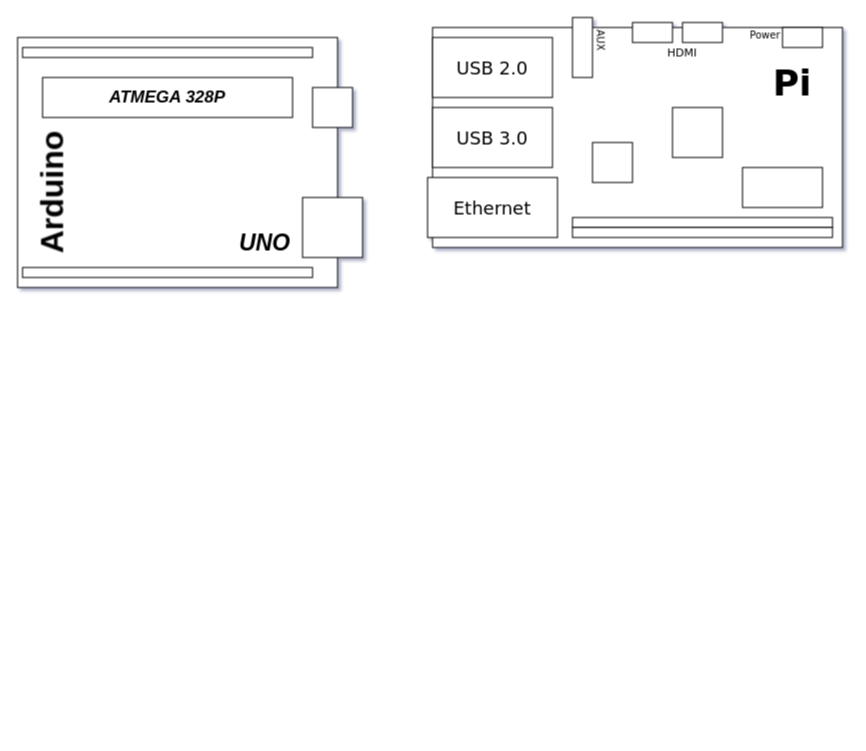
Earlier version of the draw.io diagram Untitled Diagram.drawio (CODERACHITYA/app.diagrams.net). Source tidied: cells renumbered, new cells numbered last; positions are measured from the earlier drawing's top-left corner, leaving out a move shared by most shapes. Both pictures are drawn from the tidied source at 100%, with x=0, y=0 at pixel (17, 17).
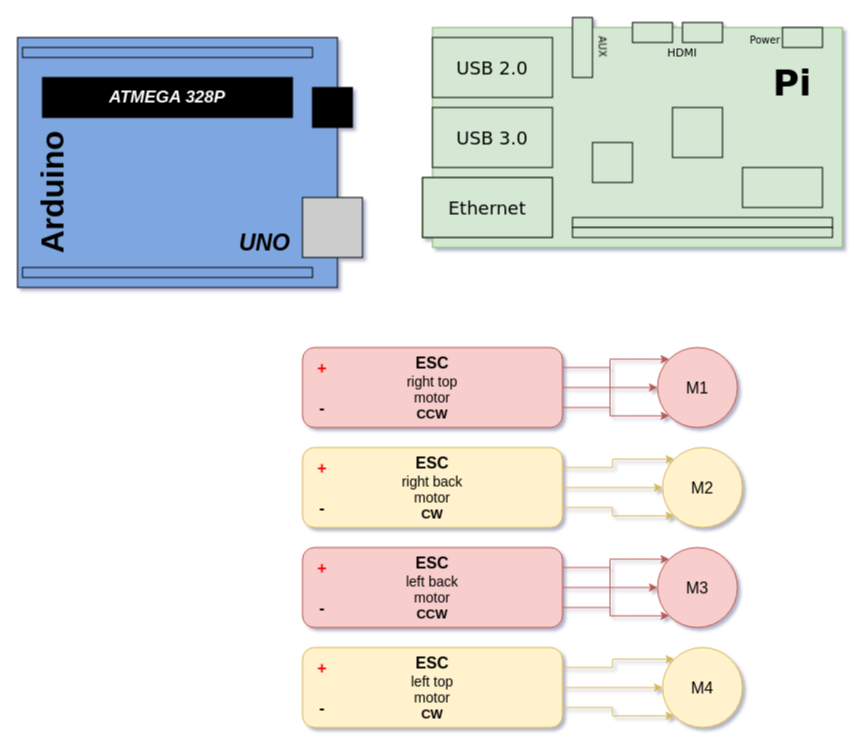
Above is the later version.

The edit, as a diff of the source:
```diff
@@
-    <mxCell id="2" style="rounded=0;whiteSpace=wrap;html=1;" parent="1" vertex="1">
+    <mxCell id="2" style="rounded=0;whiteSpace=wrap;html=1;fillColor=#7EA6E0;" parent="1" vertex="1">
       <mxGeometry y="20" width="320" height="250" as="geometry" />
     </mxCell>
-    <mxCell id="3" style="whiteSpace=wrap;html=1;" parent="1" vertex="1">
+    <mxCell id="3" style="whiteSpace=wrap;html=1;fillColor=#CCCCCC;" parent="1" vertex="1">
       <mxGeometry x="285" y="180" width="60" height="60" as="geometry" />
     </mxCell>
-    <mxCell id="4" value="ATMEGA 328P" style="rounded=0;whiteSpace=wrap;html=1;fontStyle=3;fontSize=17;" parent="1" vertex="1">
+    <mxCell id="4" value="&lt;font color=&quot;#ffffff&quot;&gt;ATMEGA 328P&lt;/font&gt;" style="rounded=0;whiteSpace=wrap;html=1;fontStyle=3;fontSize=17;fillColor=#000000;" parent="1" vertex="1">
       <mxGeometry x="25" y="60" width="250" height="40" as="geometry" />
     </mxCell>
-    <mxCell id="5" style="rounded=0;whiteSpace=wrap;html=1;fontSize=17;" parent="1" vertex="1">
+    <mxCell id="5" style="rounded=0;whiteSpace=wrap;html=1;fontSize=17;fillColor=#000000;" parent="1" vertex="1">
       <mxGeometry x="295" y="70" width="40" height="40" as="geometry" />
     </mxCell>
-    <mxCell id="6" style="rounded=0;whiteSpace=wrap;html=1;fontSize=17;" parent="1" vertex="1">
+    <mxCell id="6" style="rounded=0;whiteSpace=wrap;html=1;fontSize=17;fillColor=#7EA6E0;" parent="1" vertex="1">
       <mxGeometry x="5" y="250" width="290" height="10" as="geometry" />
     </mxCell>
-    <mxCell id="7" style="rounded=0;whiteSpace=wrap;html=1;fontSize=17;" parent="1" vertex="1">
+    <mxCell id="7" style="rounded=0;whiteSpace=wrap;html=1;fontSize=17;fillColor=#7EA6E0;" parent="1" vertex="1">
       <mxGeometry x="5" y="30" width="290" height="10" as="geometry" />
     </mxCell>
-    <mxCell id="8" value="Arduino" style="text;html=1;strokeColor=none;fillColor=none;align=center;verticalAlign=middle;whiteSpace=wrap;rounded=0;fontSize=32;rotation=-90;fontStyle=1;" parent="1" vertex="1">
+    <mxCell id="8" value="Arduino" style="text;html=1;strokeColor=none;fillColor=#7EA6E0;align=center;verticalAlign=middle;whiteSpace=wrap;rounded=0;fontSize=32;rotation=-90;fontStyle=1;" parent="1" vertex="1">
       <mxGeometry x="5" y="160" width="60" height="30" as="geometry" />
     </mxCell>
-    <mxCell id="9" value="UNO" style="text;html=1;strokeColor=none;fillColor=none;align=right;verticalAlign=middle;whiteSpace=wrap;rounded=0;fontSize=23;fontStyle=3;" parent="1" vertex="1">
+    <mxCell id="9" value="UNO" style="text;html=1;strokeColor=none;fillColor=#7EA6E0;align=right;verticalAlign=middle;whiteSpace=wrap;rounded=0;fontSize=23;fontStyle=3;" parent="1" vertex="1">
       <mxGeometry x="155" y="210" width="120" height="30" as="geometry" />
     </mxCell>
-    <mxCell id="10" style="rounded=0;whiteSpace=wrap;html=1;fontSize=13;" parent="1" vertex="1">
+    <mxCell id="10" style="rounded=0;whiteSpace=wrap;html=1;fontSize=13;fillColor=#d5e8d4;strokeColor=#82b366;" parent="1" vertex="1">
       <mxGeometry x="415" y="10" width="410" height="220" as="geometry" />
     </mxCell>
-    <mxCell id="11" style="rounded=0;whiteSpace=wrap;html=1;fontSize=13;" parent="1" vertex="1">
+    <mxCell id="11" style="rounded=0;whiteSpace=wrap;html=1;fontSize=13;fillColor=#d5e8d4;strokeColor=#000000;" parent="1" vertex="1">
       <mxGeometry x="765" y="10" width="40" height="20" as="geometry" />
     </mxCell>
-    <mxCell id="12" style="rounded=0;whiteSpace=wrap;html=1;fontSize=13;" parent="1" vertex="1">
+    <mxCell id="12" style="rounded=0;whiteSpace=wrap;html=1;fontSize=13;fillColor=#d5e8d4;strokeColor=#000000;" parent="1" vertex="1">
       <mxGeometry x="665" y="5" width="40" height="20" as="geometry" />
     </mxCell>
-    <mxCell id="13" style="rounded=0;whiteSpace=wrap;html=1;fontSize=13;" parent="1" vertex="1">
+    <mxCell id="13" style="rounded=0;whiteSpace=wrap;html=1;fontSize=13;fillColor=#d5e8d4;strokeColor=#000000;" parent="1" vertex="1">
       <mxGeometry x="615" y="5" width="40" height="20" as="geometry" />
     </mxCell>
-    <mxCell id="14" style="rounded=0;whiteSpace=wrap;html=1;fontSize=13;" parent="1" vertex="1">
+    <mxCell id="14" style="rounded=0;whiteSpace=wrap;html=1;fontSize=13;strokeColor=#000000;fillColor=#d5e8d4;" parent="1" vertex="1">
       <mxGeometry x="555" width="20" height="60" as="geometry" />
     </mxCell>
-    <mxCell id="15" style="rounded=0;whiteSpace=wrap;html=1;fontSize=13;" parent="1" vertex="1">
+    <mxCell id="15" style="rounded=0;whiteSpace=wrap;html=1;fontSize=13;fillColor=#d5e8d4;strokeColor=#000000;" parent="1" vertex="1">
       <mxGeometry x="415" y="20" width="120" height="60" as="geometry" />
     </mxCell>
-    <mxCell id="16" style="rounded=0;whiteSpace=wrap;html=1;fontSize=13;" parent="1" vertex="1">
+    <mxCell id="16" style="rounded=0;whiteSpace=wrap;html=1;fontSize=13;fillColor=#d5e8d4;strokeColor=#000000;" parent="1" vertex="1">
       <mxGeometry x="415" y="90" width="120" height="60" as="geometry" />
     </mxCell>
-    <mxCell id="17" style="rounded=0;whiteSpace=wrap;html=1;fontSize=13;" parent="1" vertex="1">
-      <mxGeometry x="410" y="160" width="130" height="60" as="geometry" />
+    <mxCell id="17" style="rounded=0;whiteSpace=wrap;html=1;fontSize=13;fillColor=#d5e8d4;strokeColor=#82b366;" parent="1" vertex="1">
+      <mxGeometry x="405" y="160" width="130" height="60" as="geometry" />
     </mxCell>
-    <mxCell id="18" style="whiteSpace=wrap;html=1;fontSize=30;" parent="1" vertex="1">
+    <mxCell id="18" style="whiteSpace=wrap;html=1;fontSize=30;fillColor=#d5e8d4;strokeColor=#000000;" parent="1" vertex="1">
       <mxGeometry x="655" y="90" width="50" height="50" as="geometry" />
     </mxCell>
-    <mxCell id="19" style="rounded=0;whiteSpace=wrap;html=1;fontSize=30;" parent="1" vertex="1">
+    <mxCell id="19" style="rounded=0;whiteSpace=wrap;html=1;fontSize=30;fillColor=#d5e8d4;strokeColor=#000000;" parent="1" vertex="1">
       <mxGeometry x="725" y="150" width="80" height="40" as="geometry" />
     </mxCell>
-    <mxCell id="20" style="whiteSpace=wrap;html=1;fontSize=30;" parent="1" vertex="1">
+    <mxCell id="20" style="whiteSpace=wrap;html=1;fontSize=30;fillColor=#d5e8d4;strokeColor=#000000;" parent="1" vertex="1">
       <mxGeometry x="575" y="125" width="40" height="40" as="geometry" />
     </mxCell>
@@
-    <mxCell id="24" value="Ethernet" style="text;html=1;strokeColor=none;fillColor=none;align=center;verticalAlign=middle;whiteSpace=wrap;rounded=0;fontFamily=Verdana;fontSize=18;" parent="1" vertex="1">
-      <mxGeometry x="410" y="160" width="130" height="60" as="geometry" />
+    <mxCell id="24" value="Ethernet" style="text;html=1;strokeColor=default;fillColor=none;align=center;verticalAlign=middle;whiteSpace=wrap;rounded=0;fontFamily=Verdana;fontSize=18;" parent="1" vertex="1">
+      <mxGeometry x="405" y="160" width="130" height="60" as="geometry" />
     </mxCell>
     <mxCell id="25" value="AUX" style="text;html=1;strokeColor=none;fillColor=none;align=left;verticalAlign=bottom;whiteSpace=wrap;rounded=0;fontFamily=Verdana;fontSize=10;rotation=89;" parent="1" vertex="1">
-      <mxGeometry x="555" y="30" width="60" height="20" as="geometry" />
+      <mxGeometry x="573.4" y="20.2" width="40" height="32.7" as="geometry" />
     </mxCell>
@@
     <mxCell id="27" value="Power" style="text;html=1;strokeColor=none;fillColor=none;align=right;verticalAlign=top;whiteSpace=wrap;rounded=0;fontFamily=Verdana;fontSize=10;" parent="1" vertex="1">
-      <mxGeometry x="705" y="5" width="60" height="30" as="geometry" />
+      <mxGeometry x="715" y="10" width="50" height="25" as="geometry" />
     </mxCell>
-    <mxCell id="28" style="rounded=0;whiteSpace=wrap;html=1;fontFamily=Verdana;fontSize=10;" parent="1" vertex="1">
+    <mxCell id="28" style="rounded=0;whiteSpace=wrap;html=1;fontFamily=Verdana;fontSize=10;fillColor=#d5e8d4;strokeColor=#000000;" parent="1" vertex="1">
       <mxGeometry x="555" y="200" width="260" height="10" as="geometry" />
     </mxCell>
-    <mxCell id="29" style="rounded=0;whiteSpace=wrap;html=1;fontFamily=Verdana;fontSize=10;" parent="1" vertex="1">
+    <mxCell id="29" style="rounded=0;whiteSpace=wrap;html=1;fontFamily=Verdana;fontSize=10;fillColor=#d5e8d4;strokeColor=#000000;" parent="1" vertex="1">
       <mxGeometry x="555" y="210" width="260" height="10" as="geometry" />
     </mxCell>
+    <mxCell id="30" style="edgeStyle=orthogonalEdgeStyle;rounded=0;jettySize=auto;html=1;exitX=1;exitY=0.5;exitDx=0;exitDy=0;fontFamily=Helvetica;fontSize=16;fillColor=#f8cecc;strokeColor=#b85450;" parent="1" edge="1" source="33" target="34">
+      <mxGeometry relative="1" as="geometry" />
+    </mxCell>
+    <mxCell id="31" style="edgeStyle=orthogonalEdgeStyle;rounded=0;jettySize=auto;html=1;exitX=1;exitY=0.75;exitDx=0;exitDy=0;entryX=0;entryY=0;entryDx=0;entryDy=0;fontFamily=Helvetica;fontSize=16;fillColor=#f8cecc;strokeColor=#b85450;" parent="1" edge="1" source="33" target="34">
+      <mxGeometry relative="1" as="geometry" />
+    </mxCell>
+    <mxCell id="32" style="edgeStyle=orthogonalEdgeStyle;rounded=0;jettySize=auto;html=1;exitX=1;exitY=0.25;exitDx=0;exitDy=0;entryX=0;entryY=1;entryDx=0;entryDy=0;fontFamily=Helvetica;fontSize=16;fillColor=#f8cecc;strokeColor=#b85450;" parent="1" edge="1" source="33" target="34">
+      <mxGeometry relative="1" as="geometry" />
+    </mxCell>
+    <mxCell id="33" value="&lt;font style=&quot;font-size: 16px;&quot;&gt;ESC&lt;/font&gt;&lt;br&gt;&lt;font style=&quot;font-size: 14px; font-weight: normal;&quot;&gt;right top&lt;br&gt;motor&lt;br&gt;&lt;/font&gt;CCW" style="rounded=1;whiteSpace=wrap;html=1;fontFamily=Helvetica;fontSize=13;fontStyle=1;fillColor=#f8cecc;strokeColor=#b85450;" parent="1" vertex="1">
+      <mxGeometry x="285" y="330" width="260" height="80" as="geometry" />
+    </mxCell>
+    <mxCell id="34" value="M1" style="ellipse;whiteSpace=wrap;html=1;fontFamily=Helvetica;fontSize=16;fillColor=#f8cecc;strokeColor=#b85450;" parent="1" vertex="1">
+      <mxGeometry x="640" y="330" width="80" height="80" as="geometry" />
+    </mxCell>
+    <mxCell id="35" style="edgeStyle=orthogonalEdgeStyle;rounded=0;jettySize=auto;html=1;exitX=1;exitY=0.5;exitDx=0;exitDy=0;fontFamily=Helvetica;fontSize=16;fillColor=#fff2cc;strokeColor=#d6b656;" parent="1" edge="1" source="38" target="39">
+      <mxGeometry relative="1" as="geometry" />
+    </mxCell>
+    <mxCell id="36" style="edgeStyle=orthogonalEdgeStyle;rounded=0;jettySize=auto;html=1;exitX=1;exitY=0.75;exitDx=0;exitDy=0;entryX=0;entryY=1;entryDx=0;entryDy=0;fontFamily=Helvetica;fontSize=16;fillColor=#fff2cc;strokeColor=#d6b656;" parent="1" edge="1" source="38" target="39">
+      <mxGeometry relative="1" as="geometry" />
+    </mxCell>
+    <mxCell id="37" style="edgeStyle=orthogonalEdgeStyle;rounded=0;jettySize=auto;html=1;exitX=1;exitY=0.25;exitDx=0;exitDy=0;entryX=0;entryY=0;entryDx=0;entryDy=0;fontFamily=Helvetica;fontSize=16;fillColor=#fff2cc;strokeColor=#d6b656;" parent="1" edge="1" source="38" target="39">
+      <mxGeometry relative="1" as="geometry" />
+    </mxCell>
+    <mxCell id="38" value="&lt;font style=&quot;font-size: 16px;&quot;&gt;ESC&lt;/font&gt;&lt;br&gt;&lt;font style=&quot;font-size: 14px; font-weight: normal;&quot;&gt;right back&lt;br&gt;motor&lt;br&gt;&lt;/font&gt;CW" style="rounded=1;whiteSpace=wrap;html=1;fontFamily=Helvetica;fontSize=13;fontStyle=1;fillColor=#fff2cc;strokeColor=#d6b656;" parent="1" vertex="1">
+      <mxGeometry x="285" y="430" width="260" height="80" as="geometry" />
+    </mxCell>
+    <mxCell id="39" value="M2" style="ellipse;whiteSpace=wrap;html=1;fontFamily=Helvetica;fontSize=16;fillColor=#fff2cc;strokeColor=#d6b656;" parent="1" vertex="1">
+      <mxGeometry x="645" y="430" width="80" height="80" as="geometry" />
+    </mxCell>
+    <mxCell id="40" style="edgeStyle=orthogonalEdgeStyle;rounded=0;jettySize=auto;html=1;exitX=1;exitY=0.5;exitDx=0;exitDy=0;fontFamily=Helvetica;fontSize=16;fillColor=#f8cecc;strokeColor=#b85450;" parent="1" edge="1" source="43" target="44">
+      <mxGeometry relative="1" as="geometry" />
+    </mxCell>
+    <mxCell id="41" style="edgeStyle=orthogonalEdgeStyle;rounded=0;jettySize=auto;html=1;exitX=1;exitY=0.75;exitDx=0;exitDy=0;entryX=0;entryY=0;entryDx=0;entryDy=0;fontFamily=Helvetica;fontSize=16;fillColor=#f8cecc;strokeColor=#b85450;" parent="1" edge="1" source="43" target="44">
+      <mxGeometry relative="1" as="geometry" />
+    </mxCell>
+    <mxCell id="42" style="edgeStyle=orthogonalEdgeStyle;rounded=0;jettySize=auto;html=1;exitX=1;exitY=0.25;exitDx=0;exitDy=0;entryX=0;entryY=1;entryDx=0;entryDy=0;fontFamily=Helvetica;fontSize=16;fillColor=#f8cecc;strokeColor=#b85450;" parent="1" edge="1" source="43" target="44">
+      <mxGeometry relative="1" as="geometry" />
+    </mxCell>
+    <mxCell id="43" value="&lt;font style=&quot;font-size: 16px;&quot;&gt;ESC&lt;/font&gt;&lt;br&gt;&lt;font style=&quot;font-size: 14px; font-weight: normal;&quot;&gt;left back&lt;br&gt;motor&lt;br&gt;&lt;/font&gt;CCW" style="rounded=1;whiteSpace=wrap;html=1;fontFamily=Helvetica;fontSize=13;fontStyle=1;fillColor=#f8cecc;strokeColor=#b85450;" parent="1" vertex="1">
+      <mxGeometry x="285" y="530" width="260" height="80" as="geometry" />
+    </mxCell>
+    <mxCell id="44" value="M3" style="ellipse;whiteSpace=wrap;html=1;fontFamily=Helvetica;fontSize=16;fillColor=#f8cecc;strokeColor=#b85450;" parent="1" vertex="1">
+      <mxGeometry x="640" y="530" width="80" height="80" as="geometry" />
+    </mxCell>
+    <mxCell id="45" style="edgeStyle=orthogonalEdgeStyle;rounded=0;jettySize=auto;html=1;exitX=1;exitY=0.5;exitDx=0;exitDy=0;fontFamily=Helvetica;fontSize=16;fillColor=#fff2cc;strokeColor=#d6b656;" parent="1" edge="1" source="48" target="49">
+      <mxGeometry relative="1" as="geometry" />
+    </mxCell>
+    <mxCell id="46" style="edgeStyle=orthogonalEdgeStyle;rounded=0;jettySize=auto;html=1;exitX=1;exitY=0.75;exitDx=0;exitDy=0;entryX=0;entryY=1;entryDx=0;entryDy=0;fontFamily=Helvetica;fontSize=16;fillColor=#fff2cc;strokeColor=#d6b656;" parent="1" edge="1" source="48" target="49">
+      <mxGeometry relative="1" as="geometry" />
+    </mxCell>
+    <mxCell id="47" style="edgeStyle=orthogonalEdgeStyle;rounded=0;jettySize=auto;html=1;exitX=1;exitY=0.25;exitDx=0;exitDy=0;entryX=0;entryY=0;entryDx=0;entryDy=0;fontFamily=Helvetica;fontSize=16;fillColor=#fff2cc;strokeColor=#d6b656;" parent="1" edge="1" source="48" target="49">
+      <mxGeometry relative="1" as="geometry" />
+    </mxCell>
+    <mxCell id="48" value="&lt;font style=&quot;font-size: 16px;&quot;&gt;ESC&lt;/font&gt;&lt;br&gt;&lt;font style=&quot;font-size: 14px; font-weight: normal;&quot;&gt;left top&lt;br&gt;motor&lt;br&gt;&lt;/font&gt;CW" style="rounded=1;whiteSpace=wrap;html=1;fontFamily=Helvetica;fontSize=13;fontStyle=1;fillColor=#fff2cc;strokeColor=#d6b656;" parent="1" vertex="1">
+      <mxGeometry x="285" y="630" width="260" height="80" as="geometry" />
+    </mxCell>
+    <mxCell id="49" value="M4" style="ellipse;whiteSpace=wrap;html=1;fontFamily=Helvetica;fontSize=16;fillColor=#fff2cc;strokeColor=#d6b656;" parent="1" vertex="1">
+      <mxGeometry x="645" y="630" width="80" height="80" as="geometry" />
+    </mxCell>
+    <mxCell id="50" value="+" style="text;html=1;strokeColor=none;fillColor=none;align=center;verticalAlign=middle;whiteSpace=wrap;rounded=0;fontFamily=Helvetica;fontSize=16;fontColor=#FF0000;fontStyle=1;" parent="1" vertex="1">
+      <mxGeometry x="275" y="330" width="60" height="40" as="geometry" />
+    </mxCell>
+    <mxCell id="51" value="-" style="text;html=1;strokeColor=none;fillColor=none;align=center;verticalAlign=middle;whiteSpace=wrap;rounded=0;fontFamily=Helvetica;fontSize=16;fontColor=#000000;fontStyle=1;" parent="1" vertex="1">
+      <mxGeometry x="275" y="370" width="60" height="40" as="geometry" />
+    </mxCell>
+    <mxCell id="52" value="+" style="text;html=1;strokeColor=none;fillColor=none;align=center;verticalAlign=middle;whiteSpace=wrap;rounded=0;fontFamily=Helvetica;fontSize=16;fontColor=#FF0000;fontStyle=1;" parent="1" vertex="1">
+      <mxGeometry x="275" y="430" width="60" height="40" as="geometry" />
+    </mxCell>
+    <mxCell id="53" value="-" style="text;html=1;strokeColor=none;fillColor=none;align=center;verticalAlign=middle;whiteSpace=wrap;rounded=0;fontFamily=Helvetica;fontSize=16;fontColor=#000000;fontStyle=1;" parent="1" vertex="1">
+      <mxGeometry x="275" y="470" width="60" height="40" as="geometry" />
+    </mxCell>
+    <mxCell id="54" value="+" style="text;html=1;strokeColor=none;fillColor=none;align=center;verticalAlign=middle;whiteSpace=wrap;rounded=0;fontFamily=Helvetica;fontSize=16;fontColor=#FF0000;fontStyle=1;" parent="1" vertex="1">
+      <mxGeometry x="275" y="530" width="60" height="40" as="geometry" />
+    </mxCell>
+    <mxCell id="55" value="-" style="text;html=1;strokeColor=none;fillColor=none;align=center;verticalAlign=middle;whiteSpace=wrap;rounded=0;fontFamily=Helvetica;fontSize=16;fontColor=#000000;fontStyle=1;" parent="1" vertex="1">
+      <mxGeometry x="275" y="570" width="60" height="40" as="geometry" />
+    </mxCell>
+    <mxCell id="56" value="+" style="text;html=1;strokeColor=none;fillColor=none;align=center;verticalAlign=middle;whiteSpace=wrap;rounded=0;fontFamily=Helvetica;fontSize=16;fontColor=#FF0000;fontStyle=1;" parent="1" vertex="1">
+      <mxGeometry x="275" y="630" width="60" height="40" as="geometry" />
+    </mxCell>
+    <mxCell id="57" value="-" style="text;html=1;strokeColor=none;fillColor=none;align=center;verticalAlign=middle;whiteSpace=wrap;rounded=0;fontFamily=Helvetica;fontSize=16;fontColor=#000000;fontStyle=1;" parent="1" vertex="1">
+      <mxGeometry x="275" y="670" width="60" height="40" as="geometry" />
+    </mxCell>
```
